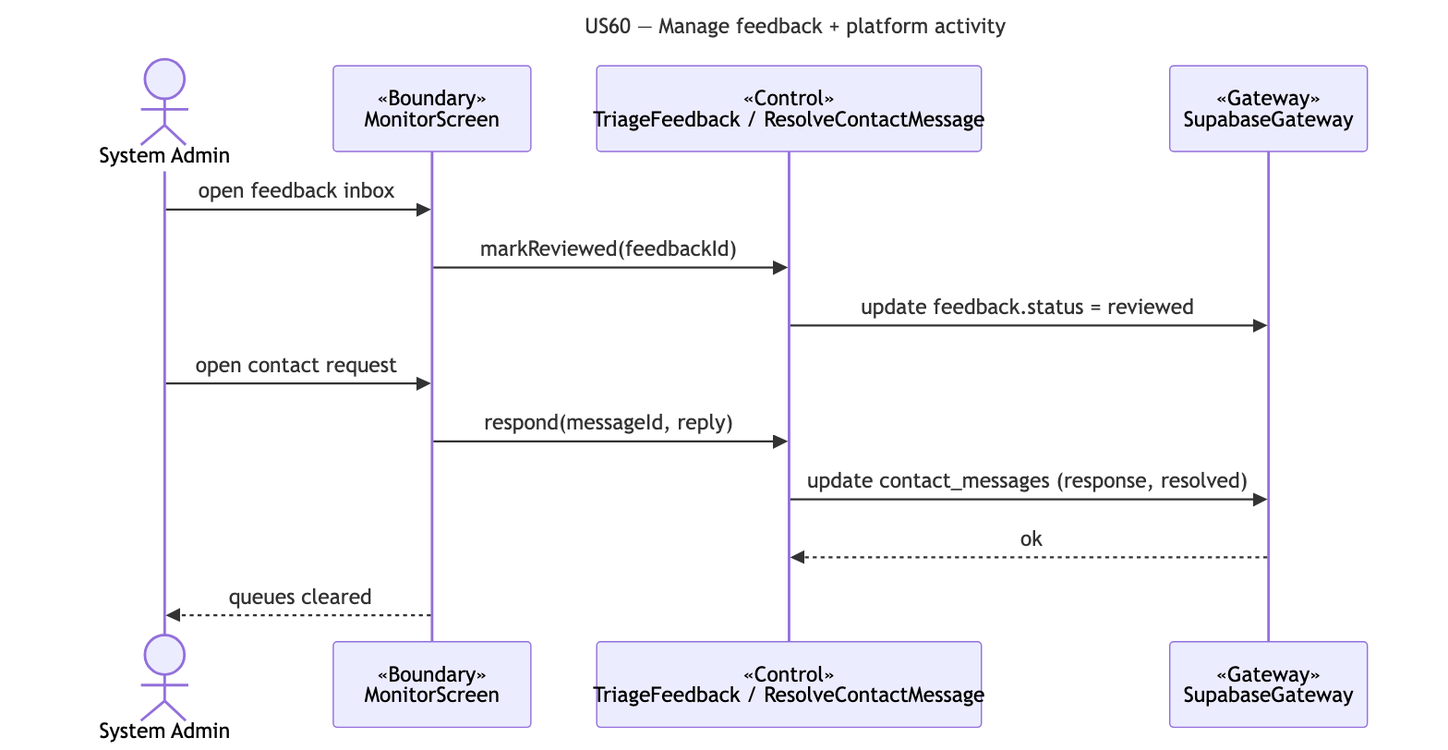
Earlier version of the Mermaid export docs/deliverables/sequence-diagrams/US60-manage-feedback.png (cyuanjun/FYP-26-S2-37-app). Its source is kept beside it as docs/deliverables/sequence-diagrams/src/US60-manage-feedback.mmd.
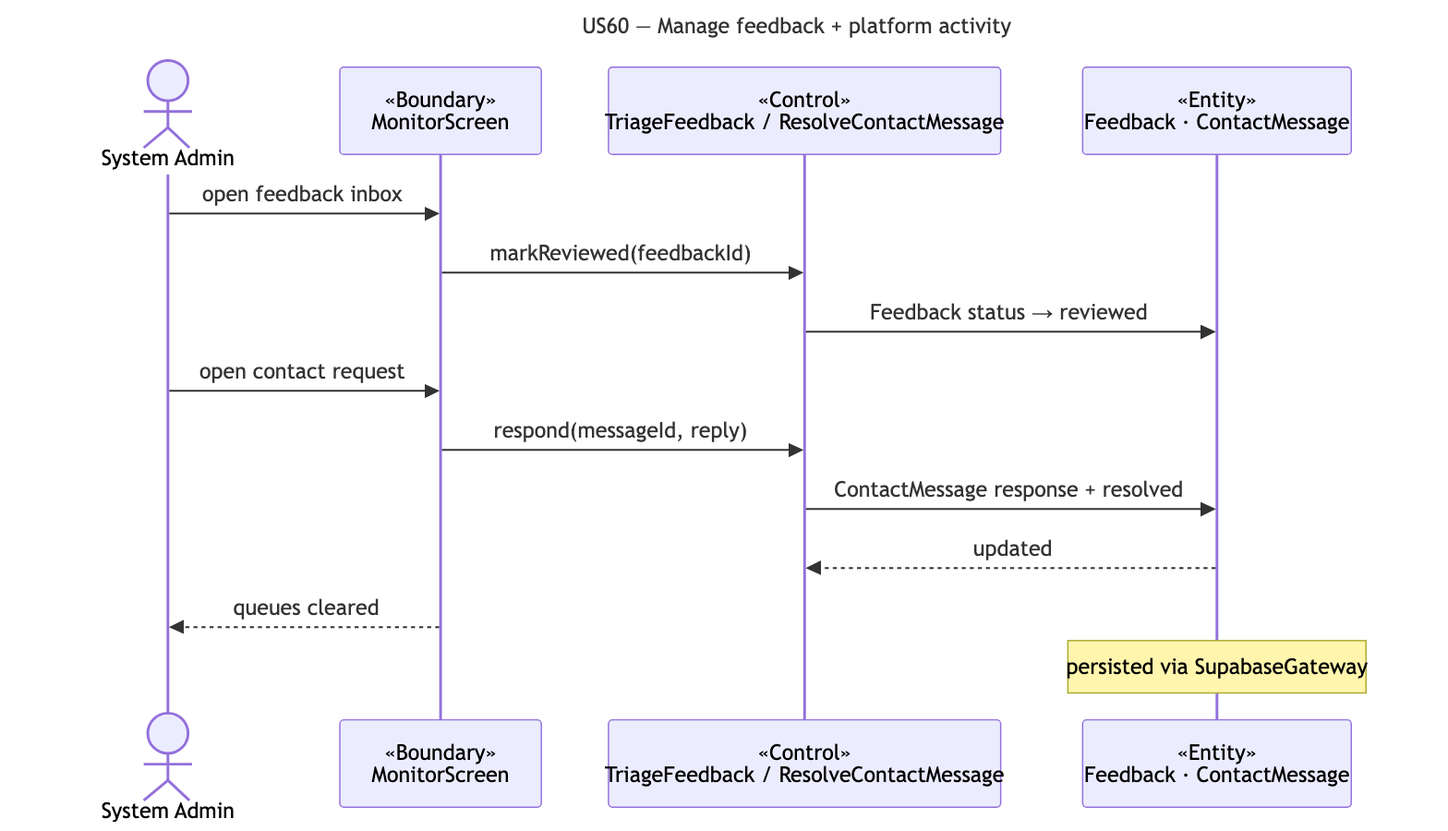
The same diagram one commit later.

What changed in the source:
```diff
@@ -5,12 +5,13 @@
   actor A as System Admin
   participant B as «Boundary»<br/>MonitorScreen
   participant C as «Control»<br/>TriageFeedback / ResolveContactMessage
-  participant G as «Gateway»<br/>SupabaseGateway
+  participant E as «Entity»<br/>Feedback · ContactMessage
   A->>B: open feedback inbox
   B->>C: markReviewed(feedbackId)
-  C->>G: update feedback.status = reviewed
+  C->>E: Feedback status → reviewed
   A->>B: open contact request
   B->>C: respond(messageId, reply)
-  C->>G: update contact_messages (response, resolved)
-  G-->>C: ok
+  C->>E: ContactMessage response + resolved
+  E-->>C: updated
   B-->>A: queues cleared
+  note over E: persisted via SupabaseGateway
```
